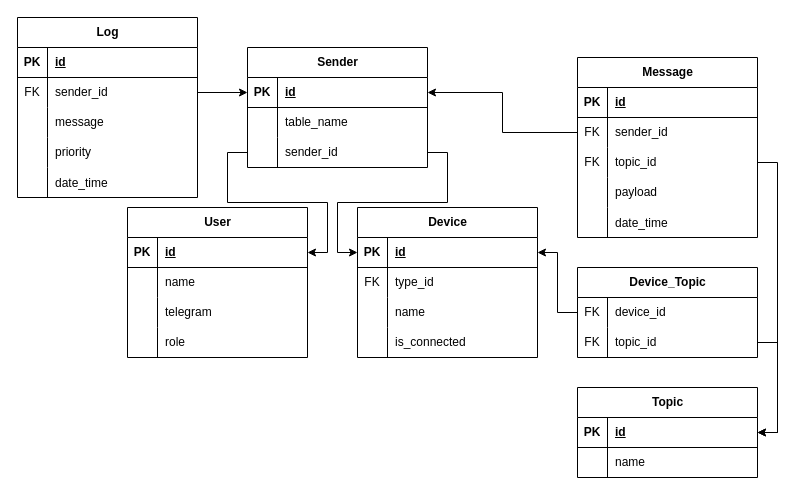
Above: page "Storaging" (3 of 3) of Diagrams/Diagrams.drawio in kamen4/SmartCactus (draw.io), before the change. Source tidied: cells renumbered, new cells numbered last; positions are measured from the earlier drawing's top-left corner, leaving out a move shared by most shapes. Both pictures are drawn from the tidied source at 100%, with x=0, y=0 at pixel (17, 17).
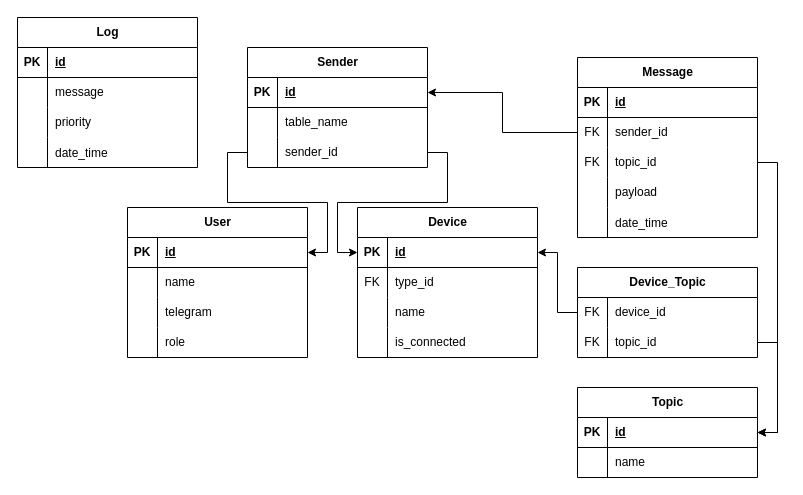
Above is the later version.

Commit message (it also covers changes not shown here):
repository architecture

The change refers to these unchanged cells:
```xml
<mxCell id="29" style="shape=tableRow;horizontal=0;startSize=0;swimlaneHead=0;swimlaneBody=0;fillColor=none;points=[[0,0.5],[1,0.5]];portConstraint=eastwest;top=0;left=0;right=0;bottom=1;" parent="28" vertex="1">
  <mxGeometry y="30" width="180" height="30" as="geometry" />
</mxCell>
```

Diff of the diagram source:
```diff
@@
     <mxCell id="74" value="Log" style="shape=table;startSize=30;childLayout=tableLayout;rowLines=0;fontStyle=1;align=center;html=1;" parent="1" vertex="1">
-      <mxGeometry width="180" height="180" as="geometry" />
+      <mxGeometry width="180" height="150" as="geometry" />
     </mxCell>
@@
-    <mxCell id="78" style="shape=tableRow;horizontal=0;startSize=0;swimlaneHead=0;swimlaneBody=0;fillColor=none;points=[[0,0.5],[1,0.5]];portConstraint=eastwest;top=0;left=0;right=0;bottom=0;" parent="74" vertex="1">
-      <mxGeometry y="60" width="180" height="30" as="geometry" />
-    </mxCell>
-    <mxCell id="79" value="FK" style="shape=partialRectangle;fillColor=none;top=0;left=0;bottom=0;right=0;overflow=hidden;whiteSpace=wrap;html=1;" parent="78" vertex="1">
-      <mxGeometry width="30" height="30" as="geometry" />
-    </mxCell>
-    <mxCell id="80" value="sender_id" style="shape=partialRectangle;fillColor=none;top=0;left=0;bottom=0;right=0;align=left;spacingLeft=6;overflow=hidden;whiteSpace=wrap;html=1;" parent="78" vertex="1">
-      <mxGeometry x="30" width="150" height="30" as="geometry" />
-    </mxCell>
     <mxCell id="81" style="shape=tableRow;horizontal=0;startSize=0;swimlaneHead=0;swimlaneBody=0;fillColor=none;top=0;left=0;right=0;bottom=0;" parent="74" vertex="1">
-      <mxGeometry y="90" width="180" height="30" as="geometry" />
+      <mxGeometry y="60" width="180" height="30" as="geometry" />
     </mxCell>
@@
     <mxCell id="84" style="shape=tableRow;horizontal=0;startSize=0;swimlaneHead=0;swimlaneBody=0;fillColor=none;top=0;left=0;right=0;bottom=0;" parent="74" vertex="1">
-      <mxGeometry y="120" width="180" height="30" as="geometry" />
+      <mxGeometry y="90" width="180" height="30" as="geometry" />
     </mxCell>
@@
     <mxCell id="87" style="shape=tableRow;horizontal=0;startSize=0;swimlaneHead=0;swimlaneBody=0;fillColor=none;top=0;left=0;right=0;bottom=0;" parent="74" vertex="1">
-      <mxGeometry y="150" width="180" height="30" as="geometry" />
+      <mxGeometry y="120" width="180" height="30" as="geometry" />
     </mxCell>
@@
-    <mxCell id="90" style="edgeStyle=orthogonalEdgeStyle;rounded=0;jettySize=auto;html=1;" parent="1" edge="1" source="78" target="29">
-      <mxGeometry relative="1" as="geometry" />
-    </mxCell>
```
